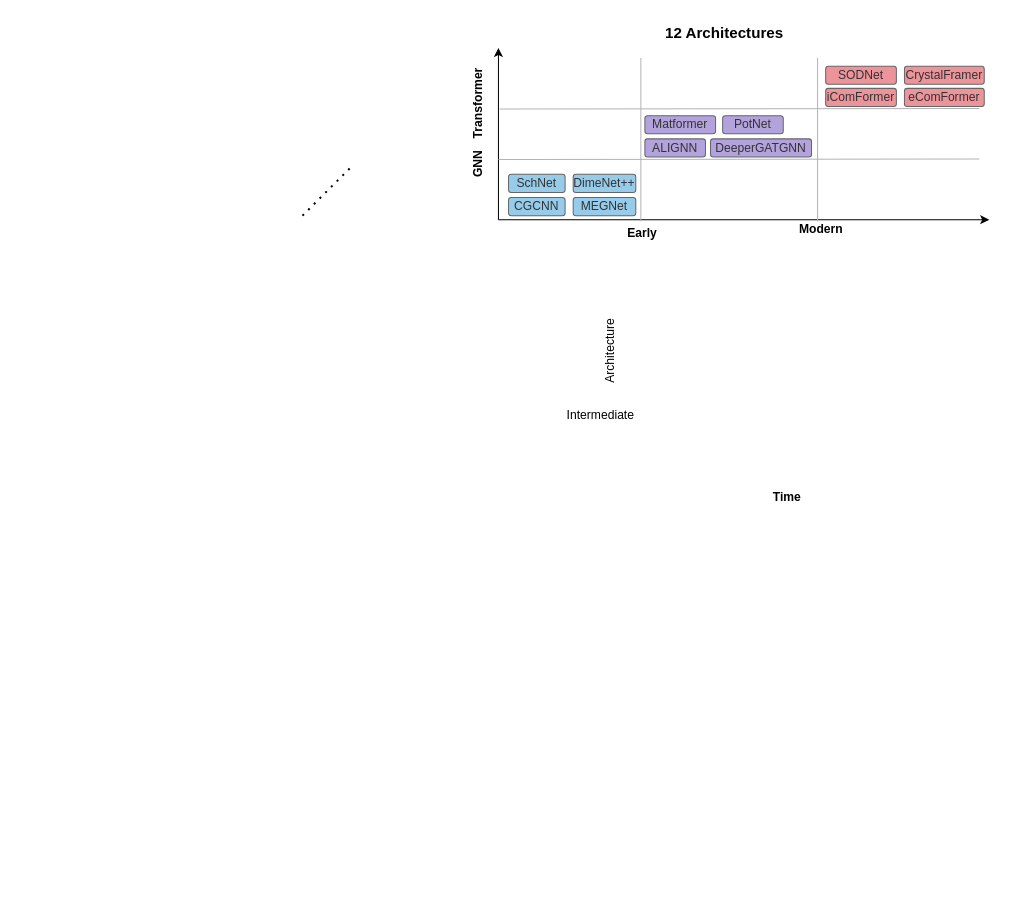
This is draw.io/MatUQ-frame.drawio from tetean/image-host, a draw.io file, before an edit. Source tidied: cells renumbered, new cells numbered last; positions are measured from the earlier drawing's top-left corner, leaving out a move shared by most shapes. Both pictures are drawn from the tidied source at 101%, with x=0, y=0 at pixel (302, 17). Pictures stored in the file or linked from it are replaced by grey dashed boxes.
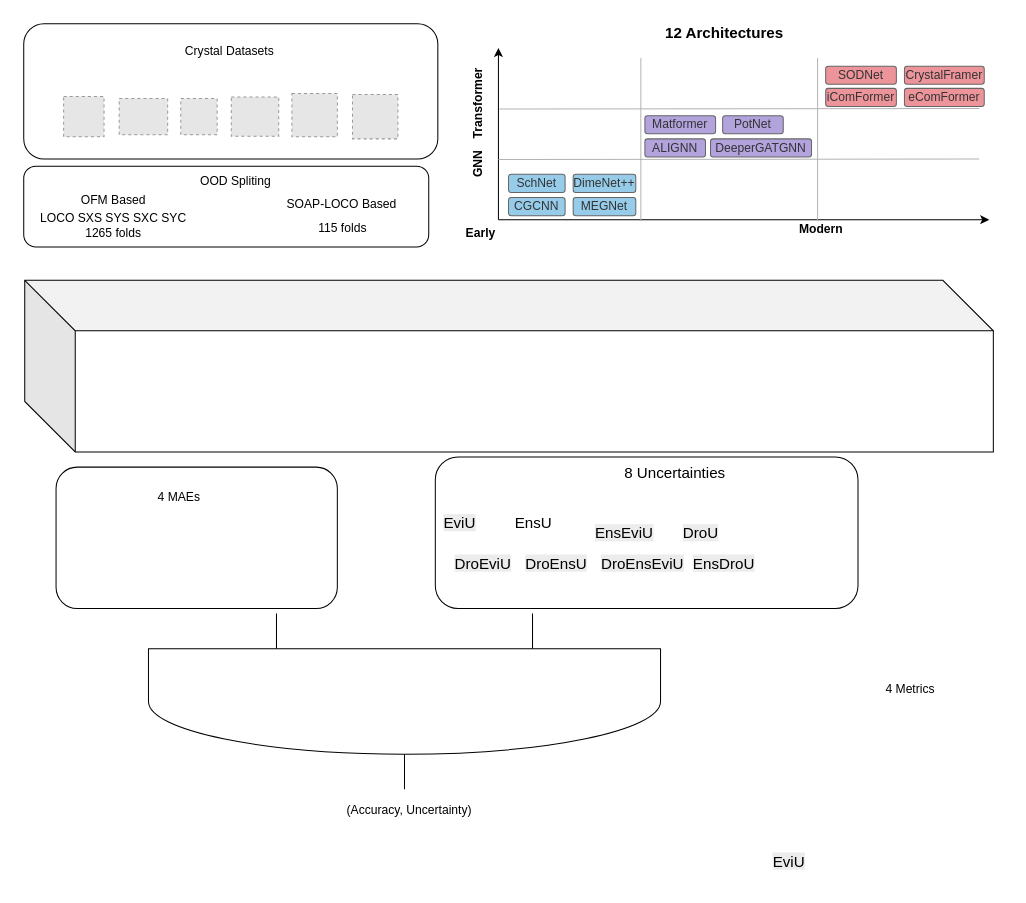
The same page after the edit.

The edit, as a diff of the source:
```diff
@@
+    <mxCell id="29" style="rounded=1;whiteSpace=wrap;html=1;" parent="1" vertex="1">
+      <mxGeometry x="-276" y="6" width="410" height="134" as="geometry" />
+    </mxCell>
+    <mxCell id="30" style="rounded=1;whiteSpace=wrap;html=1;" parent="1" vertex="1">
+      <mxGeometry x="-276" y="147" width="401" height="80" as="geometry" />
+    </mxCell>
@@
-    <mxCell id="4" style="endArrow=none;dashed=1;html=1;dashPattern=1 3;strokeWidth=2;rounded=0;" parent="1" edge="1">
-      <mxGeometry relative="1" as="geometry">
-        <mxPoint y="196" as="sourcePoint" />
-        <mxPoint x="50" y="146" as="targetPoint" />
-      </mxGeometry>
-    </mxCell>
@@
-    <mxCell id="6" value="&lt;b&gt;Time&lt;/b&gt;" style="text;html=1;whiteSpace=wrap;strokeColor=none;fillColor=none;align=center;verticalAlign=middle;rounded=0;" parent="1" vertex="1">
-      <mxGeometry x="450" y="460" width="60" height="30" as="geometry" />
-    </mxCell>
@@
     <mxCell id="23" value="&lt;span style=&quot;color: rgb(0, 0, 0); font-family: Helvetica; font-size: 12px; font-style: normal; font-variant-ligatures: normal; font-variant-caps: normal; letter-spacing: normal; orphans: 2; text-align: center; text-indent: 0px; text-transform: none; widows: 2; word-spacing: 0px; -webkit-text-stroke-width: 0px; white-space: normal; text-decoration-thickness: initial; text-decoration-style: initial; text-decoration-color: initial; float: none; display: inline !important;&quot;&gt;&lt;b&gt;Early&lt;/b&gt;&lt;/span&gt;" style="text;whiteSpace=wrap;html=1;" parent="1" vertex="1">
-      <mxGeometry x="320" y="200" width="60" height="40" as="geometry" />
+      <mxGeometry x="160" y="200" width="60" height="40" as="geometry" />
     </mxCell>
-    <mxCell id="24" value="&lt;span style=&quot;color: rgb(0, 0, 0); font-family: Helvetica; font-size: 12px; font-style: normal; font-variant-ligatures: normal; font-variant-caps: normal; font-weight: 400; letter-spacing: normal; orphans: 2; text-align: center; text-indent: 0px; text-transform: none; widows: 2; word-spacing: 0px; -webkit-text-stroke-width: 0px; white-space: normal; text-decoration-thickness: initial; text-decoration-style: initial; text-decoration-color: initial; float: none; display: inline !important;&quot;&gt;Intermediate&lt;/span&gt;" style="text;whiteSpace=wrap;html=1;" parent="1" vertex="1">
-      <mxGeometry x="260" y="380" width="60" height="40" as="geometry" />
-    </mxCell>
@@
-    <mxCell id="27" value="Architecture" style="text;html=1;whiteSpace=wrap;strokeColor=none;fillColor=none;align=center;verticalAlign=middle;rounded=0;rotation=-90;" parent="1" vertex="1">
-      <mxGeometry x="265" y="315" width="80" height="30" as="geometry" />
-    </mxCell>
@@
+    <mxCell id="31" style="fillColor=#E6E6E6;strokeColor=#999999;dashed=1;verticalLabelPosition=bottom;labelBackgroundColor=default;verticalAlign=top;" parent="1" vertex="1">
+      <mxGeometry x="-236.5" y="78" width="40" height="40" as="geometry" />
+    </mxCell>
+    <mxCell id="32" style="fillColor=#E6E6E6;strokeColor=#999999;dashed=1;verticalLabelPosition=bottom;labelBackgroundColor=default;verticalAlign=top;" parent="1" vertex="1">
+      <mxGeometry x="-181.5" y="80" width="48" height="36" as="geometry" />
+    </mxCell>
+    <mxCell id="33" style="fillColor=#E6E6E6;strokeColor=#999999;dashed=1;verticalLabelPosition=bottom;labelBackgroundColor=default;verticalAlign=top;" parent="1" vertex="1">
+      <mxGeometry x="-120.5" y="80" width="36" height="36" as="geometry" />
+    </mxCell>
+    <mxCell id="34" style="fillColor=#E6E6E6;strokeColor=#999999;dashed=1;verticalLabelPosition=bottom;labelBackgroundColor=default;verticalAlign=top;" parent="1" vertex="1">
+      <mxGeometry x="-70.5" y="78.5" width="47" height="39" as="geometry" />
+    </mxCell>
+    <mxCell id="35" style="fillColor=#E6E6E6;strokeColor=#999999;dashed=1;verticalLabelPosition=bottom;labelBackgroundColor=default;verticalAlign=top;" parent="1" vertex="1">
+      <mxGeometry x="-10.5" y="75" width="45" height="43" as="geometry" />
+    </mxCell>
+    <mxCell id="36" style="fillColor=#E6E6E6;strokeColor=#999999;dashed=1;verticalLabelPosition=bottom;labelBackgroundColor=default;verticalAlign=top;" parent="1" vertex="1">
+      <mxGeometry x="49.5" y="76" width="45" height="44" as="geometry" />
+    </mxCell>
+    <mxCell id="37" value="Crystal Datasets" style="text;html=1;whiteSpace=wrap;strokeColor=none;fillColor=none;align=center;verticalAlign=middle;rounded=0;" parent="1" vertex="1">
+      <mxGeometry x="-187" y="18" width="230" height="30" as="geometry" />
+    </mxCell>
+    <mxCell id="38" value="OOD Spliting" style="text;html=1;whiteSpace=wrap;strokeColor=none;fillColor=none;align=center;verticalAlign=middle;rounded=0;" parent="1" vertex="1">
+      <mxGeometry x="-181.5" y="147" width="230" height="30" as="geometry" />
+    </mxCell>
+    <mxCell id="39" value="OFM Based" style="text;html=1;whiteSpace=wrap;strokeColor=none;fillColor=none;align=center;verticalAlign=middle;rounded=0;" parent="1" vertex="1">
+      <mxGeometry x="-227" y="166" width="80" height="30" as="geometry" />
+    </mxCell>
+    <mxCell id="40" value="SOAP-LOCO Based" style="text;html=1;whiteSpace=wrap;strokeColor=none;fillColor=none;align=center;verticalAlign=middle;rounded=0;" parent="1" vertex="1">
+      <mxGeometry x="-36" y="170" width="150" height="30" as="geometry" />
+    </mxCell>
+    <mxCell id="41" value="LOCO SXS SYS SXC SYC&lt;div&gt;1265 folds&lt;/div&gt;" style="text;html=1;whiteSpace=wrap;strokeColor=none;fillColor=none;align=center;verticalAlign=middle;rounded=0;" parent="1" vertex="1">
+      <mxGeometry x="-282" y="186" width="190" height="40" as="geometry" />
+    </mxCell>
+    <mxCell id="42" value="&lt;div style=&quot;forced-color-adjust: none; color: rgb(0, 0, 0); font-family: Helvetica; font-size: 12px; font-style: normal; font-variant-ligatures: normal; font-variant-caps: normal; font-weight: 400; letter-spacing: normal; orphans: 2; text-align: center; text-indent: 0px; text-transform: none; widows: 2; word-spacing: 0px; -webkit-text-stroke-width: 0px; white-space: normal; text-decoration-thickness: initial; text-decoration-style: initial; text-decoration-color: initial;&quot;&gt;&lt;span&gt;115 folds&lt;/span&gt;&lt;/div&gt;" style="text;whiteSpace=wrap;html=1;" parent="1" vertex="1">
+      <mxGeometry x="14" y="195" width="60" height="25" as="geometry" />
+    </mxCell>
+    <mxCell id="43" style="shape=cube;whiteSpace=wrap;html=1;boundedLbl=1;backgroundOutline=1;darkOpacity=0.05;darkOpacity2=0.1;size=50;" parent="1" vertex="1">
+      <mxGeometry x="-275" y="260" width="959" height="170" as="geometry" />
+    </mxCell>
+    <mxCell id="44" style="rounded=1;whiteSpace=wrap;html=1;" parent="1" vertex="1">
+      <mxGeometry x="131.5" y="435" width="418.5" height="150" as="geometry" />
+    </mxCell>
+    <mxCell id="45" value="&lt;font style=&quot;font-size: 15px;&quot;&gt;8 Uncertainties&lt;/font&gt;" style="text;html=1;whiteSpace=wrap;strokeColor=none;fillColor=none;align=center;verticalAlign=middle;rounded=0;" parent="1" vertex="1">
+      <mxGeometry x="239" y="435" width="260" height="30" as="geometry" />
+    </mxCell>
+    <mxCell id="46" value="&lt;font style=&quot;font-size: 15px;&quot;&gt;EnsU&lt;/font&gt;" style="text;html=1;whiteSpace=wrap;strokeColor=none;fillColor=none;align=center;verticalAlign=middle;rounded=0;" parent="1" vertex="1">
+      <mxGeometry x="198.5" y="485" width="60" height="30" as="geometry" />
+    </mxCell>
+    <mxCell id="47" value="&lt;span style=&quot;color: rgb(0, 0, 0); font-family: Helvetica; font-size: 15px; font-style: normal; font-variant-ligatures: normal; font-variant-caps: normal; font-weight: 400; letter-spacing: normal; orphans: 2; text-align: center; text-indent: 0px; text-transform: none; widows: 2; word-spacing: 0px; -webkit-text-stroke-width: 0px; white-space: normal; background-color: rgb(236, 236, 236); text-decoration-thickness: initial; text-decoration-style: initial; text-decoration-color: initial; float: none; display: inline !important;&quot;&gt;EnsEviU&lt;/span&gt;" style="text;whiteSpace=wrap;html=1;" parent="1" vertex="1">
+      <mxGeometry x="288" y="495" width="70" height="40" as="geometry" />
+    </mxCell>
+    <mxCell id="48" value="&lt;span style=&quot;color: rgb(0, 0, 0); font-family: Helvetica; font-size: 15px; font-style: normal; font-variant-ligatures: normal; font-variant-caps: normal; font-weight: 400; letter-spacing: normal; orphans: 2; text-align: center; text-indent: 0px; text-transform: none; widows: 2; word-spacing: 0px; -webkit-text-stroke-width: 0px; white-space: normal; background-color: rgb(236, 236, 236); text-decoration-thickness: initial; text-decoration-style: initial; text-decoration-color: initial; float: none; display: inline !important;&quot;&gt;DroU&lt;/span&gt;" style="text;whiteSpace=wrap;html=1;" parent="1" vertex="1">
+      <mxGeometry x="374.5" y="495" width="70" height="40" as="geometry" />
+    </mxCell>
+    <mxCell id="49" value="&lt;span style=&quot;color: rgb(0, 0, 0); font-family: Helvetica; font-size: 15px; font-style: normal; font-variant-ligatures: normal; font-variant-caps: normal; font-weight: 400; letter-spacing: normal; orphans: 2; text-align: center; text-indent: 0px; text-transform: none; widows: 2; word-spacing: 0px; -webkit-text-stroke-width: 0px; white-space: normal; background-color: rgb(236, 236, 236); text-decoration-thickness: initial; text-decoration-style: initial; text-decoration-color: initial; float: none; display: inline !important;&quot;&gt;EviU&lt;/span&gt;" style="text;whiteSpace=wrap;html=1;" parent="1" vertex="1">
+      <mxGeometry x="138" y="485" width="41" height="40" as="geometry" />
+    </mxCell>
+    <mxCell id="50" value="&lt;span style=&quot;color: rgb(0, 0, 0); font-family: Helvetica; font-size: 15px; font-style: normal; font-variant-ligatures: normal; font-variant-caps: normal; font-weight: 400; letter-spacing: normal; orphans: 2; text-align: center; text-indent: 0px; text-transform: none; widows: 2; word-spacing: 0px; -webkit-text-stroke-width: 0px; white-space: normal; background-color: rgb(236, 236, 236); text-decoration-thickness: initial; text-decoration-style: initial; text-decoration-color: initial; float: none; display: inline !important;&quot;&gt;DroEviU&lt;/span&gt;" style="text;whiteSpace=wrap;html=1;" parent="1" vertex="1">
+      <mxGeometry x="149" y="525" width="70" height="40" as="geometry" />
+    </mxCell>
+    <mxCell id="51" value="&lt;span style=&quot;color: rgb(0, 0, 0); font-family: Helvetica; font-size: 15px; font-style: normal; font-variant-ligatures: normal; font-variant-caps: normal; font-weight: 400; letter-spacing: normal; orphans: 2; text-align: center; text-indent: 0px; text-transform: none; widows: 2; word-spacing: 0px; -webkit-text-stroke-width: 0px; white-space: normal; background-color: rgb(236, 236, 236); text-decoration-thickness: initial; text-decoration-style: initial; text-decoration-color: initial; float: none; display: inline !important;&quot;&gt;DroEnsU&lt;/span&gt;" style="text;whiteSpace=wrap;html=1;" parent="1" vertex="1">
+      <mxGeometry x="219" y="525" width="70" height="40" as="geometry" />
+    </mxCell>
+    <mxCell id="52" value="&lt;span style=&quot;color: rgb(0, 0, 0); font-family: Helvetica; font-size: 15px; font-style: normal; font-variant-ligatures: normal; font-variant-caps: normal; font-weight: 400; letter-spacing: normal; orphans: 2; text-align: center; text-indent: 0px; text-transform: none; widows: 2; word-spacing: 0px; -webkit-text-stroke-width: 0px; white-space: normal; background-color: rgb(236, 236, 236); text-decoration-thickness: initial; text-decoration-style: initial; text-decoration-color: initial; float: none; display: inline !important;&quot;&gt;DroEnsEviU&lt;/span&gt;" style="text;whiteSpace=wrap;html=1;" parent="1" vertex="1">
+      <mxGeometry x="293.5" y="525" width="70" height="40" as="geometry" />
+    </mxCell>
+    <mxCell id="53" value="&lt;span style=&quot;color: rgb(0, 0, 0); font-family: Helvetica; font-size: 15px; font-style: normal; font-variant-ligatures: normal; font-variant-caps: normal; font-weight: 400; letter-spacing: normal; orphans: 2; text-align: center; text-indent: 0px; text-transform: none; widows: 2; word-spacing: 0px; -webkit-text-stroke-width: 0px; white-space: normal; background-color: rgb(236, 236, 236); text-decoration-thickness: initial; text-decoration-style: initial; text-decoration-color: initial; float: none; display: inline !important;&quot;&gt;EnsDroU&lt;/span&gt;" style="text;whiteSpace=wrap;html=1;" parent="1" vertex="1">
+      <mxGeometry x="384.5" y="525" width="70" height="40" as="geometry" />
+    </mxCell>
+    <mxCell id="54" style="rounded=1;whiteSpace=wrap;html=1;" parent="1" vertex="1">
+      <mxGeometry x="-244" y="445" width="278.5" height="140" as="geometry" />
+    </mxCell>
+    <mxCell id="55" value="4 MAEs" style="text;html=1;whiteSpace=wrap;strokeColor=none;fillColor=none;align=center;verticalAlign=middle;rounded=0;" parent="1" vertex="1">
+      <mxGeometry x="-152" y="460" width="60" height="30" as="geometry" />
+    </mxCell>
+    <mxCell id="56" value="4 Metrics" style="text;html=1;whiteSpace=wrap;strokeColor=none;fillColor=none;align=center;verticalAlign=middle;rounded=0;" parent="1" vertex="1">
+      <mxGeometry x="529" y="650" width="146" height="30" as="geometry" />
+    </mxCell>
+    <mxCell id="57" value="&lt;span style=&quot;color: rgb(0, 0, 0); font-family: Helvetica; font-size: 15px; font-style: normal; font-variant-ligatures: normal; font-variant-caps: normal; font-weight: 400; letter-spacing: normal; orphans: 2; text-align: center; text-indent: 0px; text-transform: none; widows: 2; word-spacing: 0px; -webkit-text-stroke-width: 0px; white-space: normal; background-color: rgb(236, 236, 236); text-decoration-thickness: initial; text-decoration-style: initial; text-decoration-color: initial; float: none; display: inline !important;&quot;&gt;EviU&lt;/span&gt;" style="text;whiteSpace=wrap;html=1;" parent="1" vertex="1">
+      <mxGeometry x="464" y="820" width="41" height="40" as="geometry" />
+    </mxCell>
+    <mxCell id="58" style="verticalLabelPosition=bottom;shadow=0;dashed=0;align=center;html=1;verticalAlign=top;shape=mxgraph.electrical.logic_gates.logic_gate;operation=and;rotation=90;" parent="1" vertex="1">
+      <mxGeometry x="14" y="423.5" width="174" height="507" as="geometry" />
+    </mxCell>
+    <mxCell id="59" value="(Accuracy, Uncertainty)" style="text;html=1;whiteSpace=wrap;strokeColor=none;fillColor=none;align=center;verticalAlign=middle;rounded=0;" parent="1" vertex="1">
+      <mxGeometry x="33" y="770" width="146" height="30" as="geometry" />
+    </mxCell>
```
